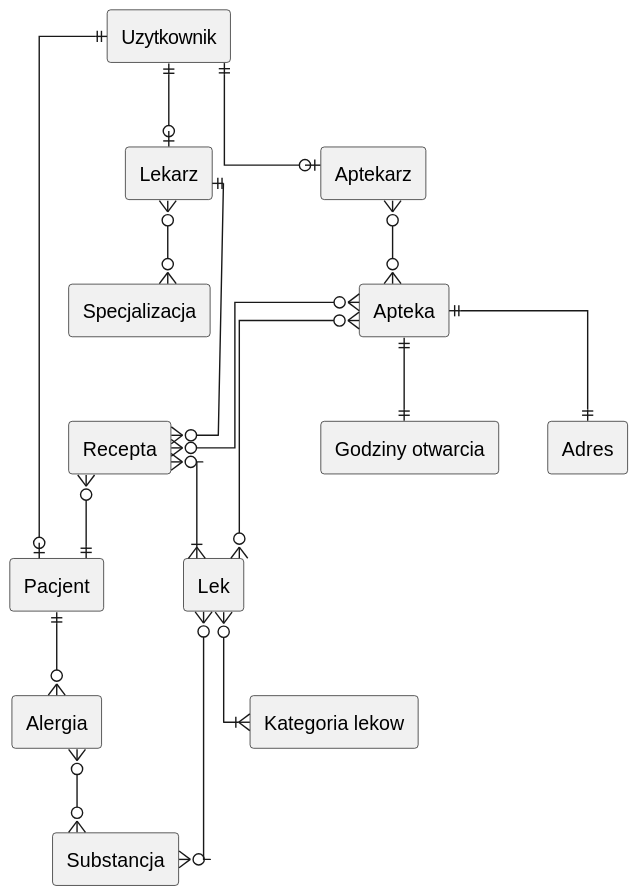
The PlantUML diagram diagram.svg in vburmus/database-design, before a commit.
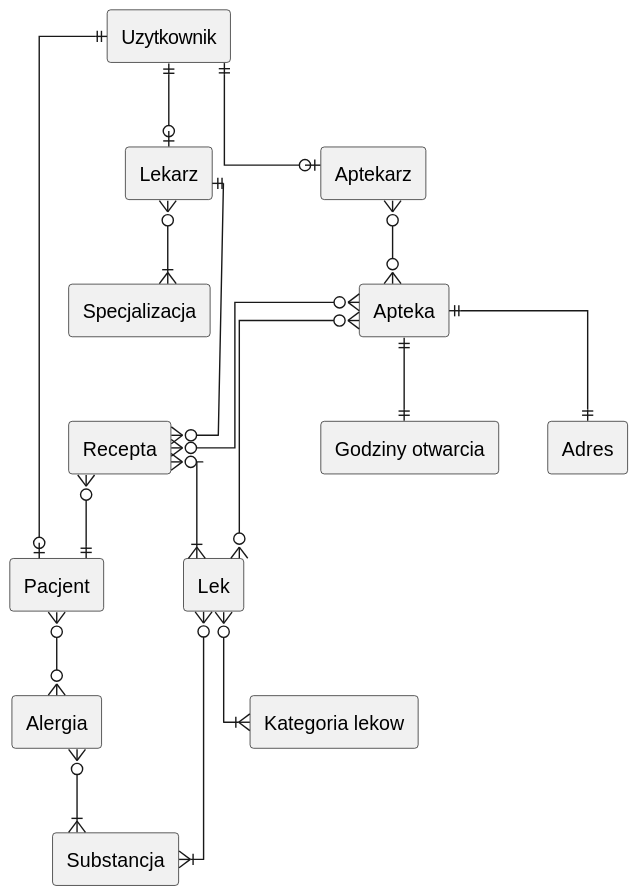
Later version of the same file.

The edit, as a diff of the source:
```diff
@@ -50,15 +50,15 @@
 uĹĽytkownik ||--o| lekarz
 uĹĽytkownik ||--o| aptekarz
 apteka }o--o{ recepta
-lekarz }o--o{ specjalizacja
-pacjent ||--o{ alergia
+lekarz }o--|{ specjalizacja
+pacjent }o--o{ alergia
 lekarz ||--o{ recepta
 recepta }o--|| pacjent
 recepta }o--|{ lek
-lek }o--o{ substancja
+lek }o--|{ substancja
 lek }o--|{ kategoria_lekow
 apteka ||--|| adres
 apteka ||--|| godziny_otwarcia
 aptekarz }o--o{ apteka
-alergia }o--o{ substancja
+alergia }o--|{ substancja
 @enduml
```
